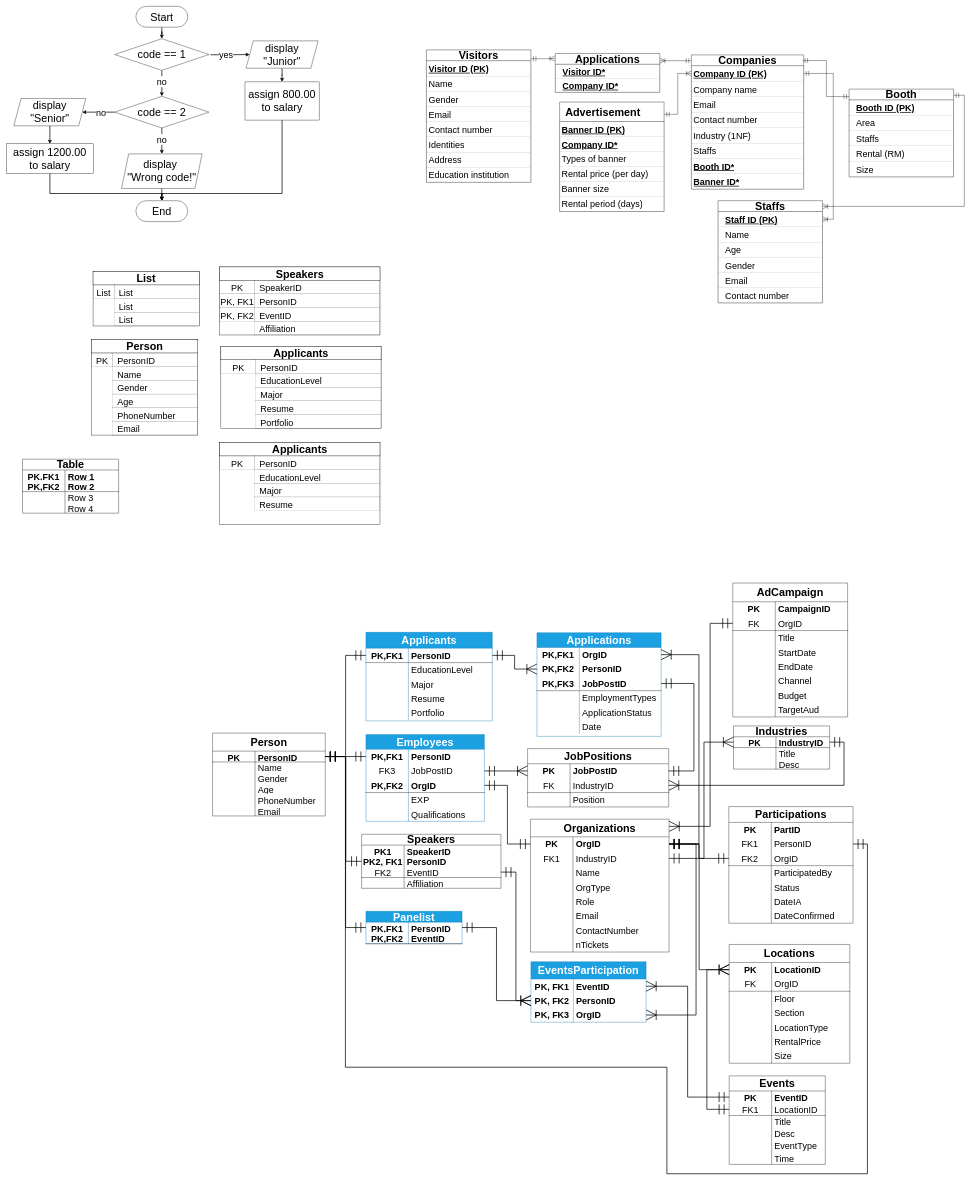
Before: ERD BMCS1053 asg.drawio in twelve0dev9/BMCS1053-asg, a draw.io diagram. Source tidied: cells renumbered, new cells numbered last; positions are measured from the earlier drawing's top-left corner, leaving out a move shared by most shapes. Both pictures are drawn from the tidied source at 36%, with x=0, y=0 at pixel (6, 6).
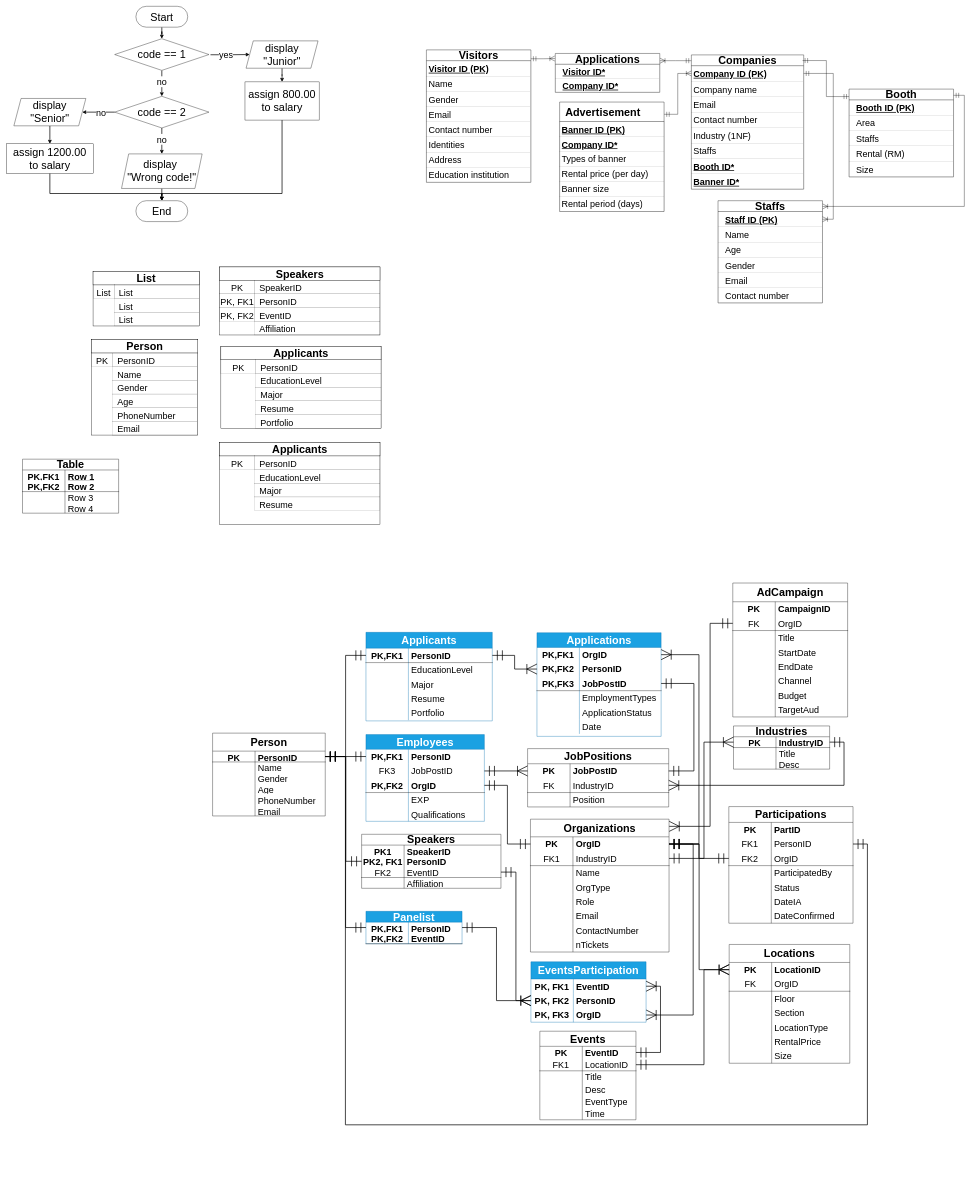
The same diagram, later.

The change refers to these unchanged cells:
```xml
<mxCell id="115" style="shape=tableRow;horizontal=0;startSize=0;swimlaneHead=0;swimlaneBody=0;fillColor=none;points=[[0,0.5],[1,0.5]];portConstraint=eastwest;top=0;left=0;right=0;bottom=1;html=1;fontSize=30;" parent="114" vertex="1">
  <mxGeometry y="50" width="313" height="30" as="geometry" />
</mxCell>
<mxCell id="231" style="shape=tableRow;horizontal=0;startSize=0;swimlaneHead=0;swimlaneBody=0;fillColor=none;points=[[0,0.5],[1,0.5]];portConstraint=eastwest;top=0;left=0;right=0;bottom=0;html=1;fontSize=30;fontStyle=0;" parent="227" vertex="1">
  <mxGeometry y="84" width="345" height="40" as="geometry" />
</mxCell>
<mxCell id="253" style="shape=tableRow;horizontal=0;startSize=0;swimlaneHead=0;swimlaneBody=0;fillColor=none;points=[[0,0.5],[1,0.5]];portConstraint=eastwest;top=0;left=0;right=0;bottom=1;html=1;fontSize=30;" parent="249" vertex="1">
  <mxGeometry y="76" width="267" height="34" as="geometry" />
</mxCell>
<mxCell id="269" style="shape=tableRow;horizontal=0;startSize=0;swimlaneHead=0;swimlaneBody=0;fillColor=none;points=[[0,0.5],[1,0.5]];portConstraint=eastwest;top=0;left=0;right=0;bottom=0;html=1;fontSize=30;" parent="268" vertex="1">
  <mxGeometry y="50" width="335" height="40" as="geometry" />
</mxCell>
<mxCell id="303" value="Organizations" style="shape=table;startSize=49;childLayout=tableLayout;rowLines=0;fontStyle=1;align=center;html=1;whiteSpace=wrap;fontSize=30;" parent="1" vertex="1">
  <mxGeometry x="1456" y="2258" width="385" height="369" as="geometry" />
</mxCell>
<mxCell id="304" style="shape=tableRow;horizontal=0;startSize=0;swimlaneHead=0;swimlaneBody=0;fillColor=none;points=[[0,0.5],[1,0.5]];portConstraint=eastwest;top=0;left=0;right=0;bottom=0;html=1;fontSize=30;" parent="303" vertex="1">
  <mxGeometry y="49" width="385" height="40" as="geometry" />
</mxCell>
<mxCell id="373" style="shape=tableRow;horizontal=0;startSize=0;swimlaneHead=0;swimlaneBody=0;fillColor=none;points=[[0,0.5],[1,0.5]];portConstraint=eastwest;top=0;left=0;right=0;bottom=0;html=1;fontSize=30;" parent="366" vertex="1">
  <mxGeometry y="128" width="320" height="40" as="geometry" />
</mxCell>
```

Diff of the diagram source:
```diff
@@
     <mxCell id="249" value="Events" style="shape=table;startSize=42;childLayout=tableLayout;rowLines=0;fontStyle=1;align=center;html=1;whiteSpace=wrap;fontSize=30;" parent="1" vertex="1">
-      <mxGeometry x="2008" y="2971" width="267" height="246" as="geometry" />
+      <mxGeometry x="1482" y="2847" width="267" height="246" as="geometry" />
     </mxCell>
@@
     <mxCell id="299" style="edgeStyle=elbowEdgeStyle;shape=connector;rounded=0;jettySize=auto;html=1;entryX=1;entryY=0.5;entryDx=0;entryDy=0;strokeColor=default;strokeWidth=2;align=center;verticalAlign=middle;fontFamily=Helvetica;fontSize=11;fontColor=default;labelBackgroundColor=default;startArrow=ERmandOne;startFill=0;startSize=25;endArrow=ERoneToMany;endFill=0;endSize=25;exitX=1;exitY=0.5;exitDx=0;exitDy=0;" parent="1" edge="1" source="304" target="373">
       <mxGeometry relative="1" as="geometry">
         <Array as="points">
-          <mxPoint x="1916" y="2558" />
+          <mxPoint x="1908" y="2563" />
         </Array>
       </mxGeometry>
     </mxCell>
-    <mxCell id="300" style="edgeStyle=orthogonalEdgeStyle;shape=connector;rounded=0;jettySize=auto;html=1;strokeColor=default;strokeWidth=2;align=center;verticalAlign=middle;fontFamily=Helvetica;fontSize=11;fontColor=default;labelBackgroundColor=default;startArrow=ERoneToMany;startFill=0;startSize=25;endArrow=ERmandOne;endFill=0;endSize=25;entryX=0;entryY=0.5;entryDx=0;entryDy=0;" parent="1" edge="1" source="269" target="253">
+    <mxCell id="300" style="edgeStyle=orthogonalEdgeStyle;shape=connector;rounded=0;jettySize=auto;html=1;strokeColor=default;strokeWidth=2;align=center;verticalAlign=middle;fontFamily=Helvetica;fontSize=11;fontColor=default;labelBackgroundColor=default;startArrow=ERoneToMany;startFill=0;startSize=25;endArrow=ERmandOne;endFill=0;endSize=25;entryX=1;entryY=0.5;entryDx=0;entryDy=0;" parent="1" edge="1" source="269" target="253">
       <mxGeometry relative="1" as="geometry">
         <Array as="points">
-          <mxPoint x="1946" y="2676" />
-          <mxPoint x="1946" y="3064" />
+          <mxPoint x="1938" y="2676" />
+          <mxPoint x="1938" y="2940" />
         </Array>
       </mxGeometry>
     </mxCell>
@@
-    <mxCell id="307" style="shape=tableRow;horizontal=0;startSize=0;swimlaneHead=0;swimlaneBody=0;fillColor=none;points=[[0,0.5],[1,0.5]];portConstraint=eastwest;top=0;left=0;right=0;bottom=0;html=1;fontSize=30;" parent="303" vertex="1">
+    <mxCell id="307" style="shape=tableRow;horizontal=0;startSize=0;swimlaneHead=0;swimlaneBody=0;fillColor=none;points=[[0,0.5],[1,0.5]];portConstraint=eastwest;top=0;left=0;right=0;bottom=1;html=1;fontSize=30;fontStyle=1;" parent="303" vertex="1">
       <mxGeometry y="89" width="385" height="40" as="geometry" />
     </mxCell>
@@
     <mxCell id="376" style="edgeStyle=orthogonalEdgeStyle;shape=connector;rounded=0;jettySize=auto;html=1;entryX=1;entryY=0.5;entryDx=0;entryDy=0;strokeColor=default;strokeWidth=2;align=center;verticalAlign=middle;fontFamily=Helvetica;fontSize=11;fontColor=default;labelBackgroundColor=default;startArrow=ERmandOne;startFill=0;startSize=25;endArrow=ERmandOne;endFill=0;endSize=25;exitX=1;exitY=0.5;exitDx=0;exitDy=0;" parent="1" edge="1" source="231" target="115">
       <mxGeometry relative="1" as="geometry">
         <Array as="points">
           <mxPoint x="2392" y="2327" />
-          <mxPoint x="2392" y="3243" />
-          <mxPoint x="1835" y="3243" />
-          <mxPoint x="1835" y="2947" />
-          <mxPoint x="942" y="2947" />
+          <mxPoint x="2392" y="3107" />
+          <mxPoint x="942" y="3107" />
           <mxPoint x="942" y="2084" />
         </Array>
       </mxGeometry>
     </mxCell>
```
